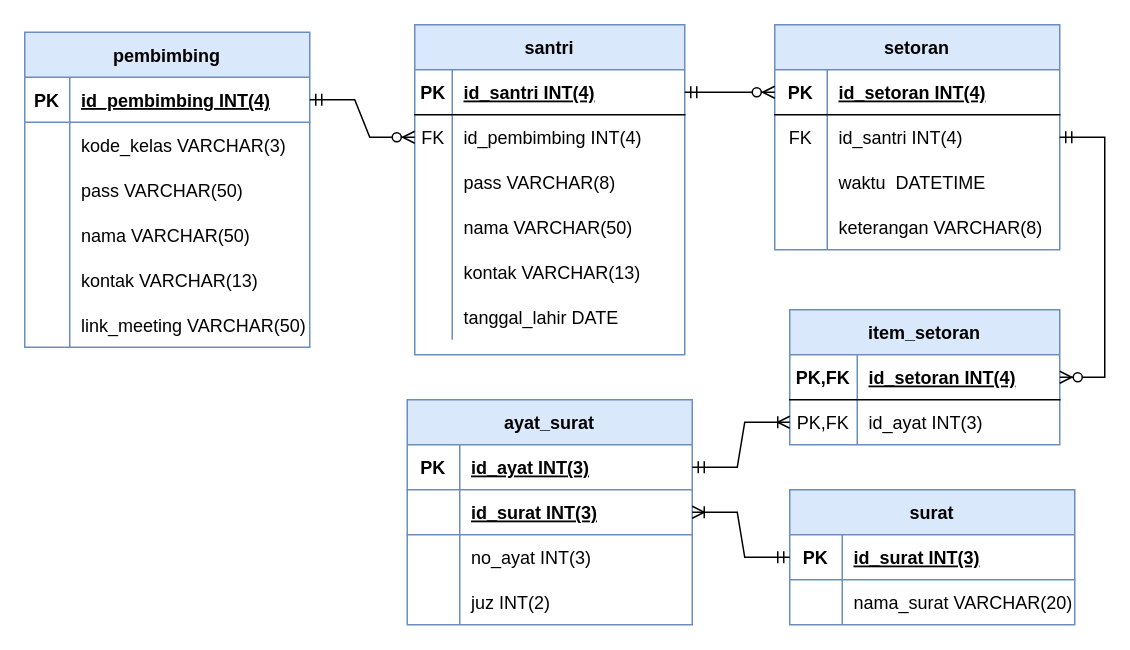
The draw.io diagram pertemuan6/Pertemuan6.drawio in nentinur/IF214002, before the edit. Source tidied: cells renumbered, new cells numbered last; positions are measured from the earlier drawing's top-left corner, leaving out a move shared by most shapes. Both pictures are drawn from the tidied source at 150%, with x=0, y=0 at pixel (24, 24).
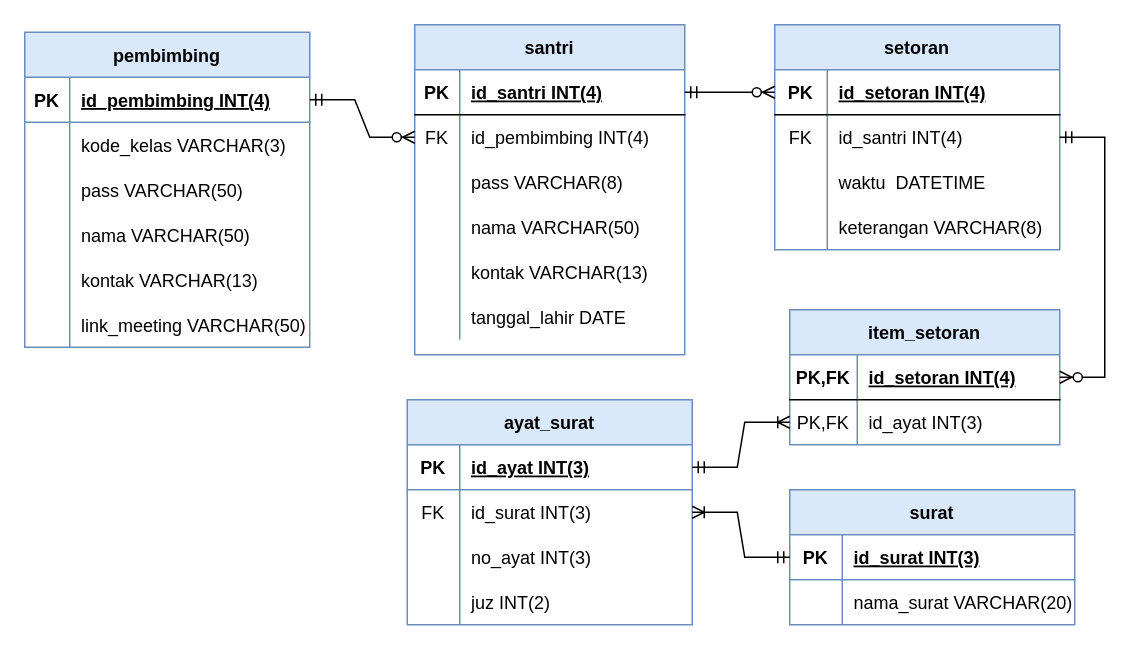
Above is the later version.

Unchanged cells that the change refers to:
```xml
<mxCell id="3" style="shape=tableRow;horizontal=0;startSize=0;swimlaneHead=0;swimlaneBody=0;fillColor=none;points=[[0,0.5],[1,0.5]];portConstraint=eastwest;top=0;left=0;right=0;bottom=1;" parent="2" vertex="1">
  <mxGeometry y="30" width="180" height="30" as="geometry" />
</mxCell>
<mxCell id="6" style="shape=tableRow;horizontal=0;startSize=0;swimlaneHead=0;swimlaneBody=0;fillColor=none;points=[[0,0.5],[1,0.5]];portConstraint=eastwest;top=0;left=0;right=0;bottom=0;" parent="2" vertex="1">
  <mxGeometry y="60" width="180" height="30" as="geometry" />
</mxCell>
<mxCell id="9" style="shape=tableRow;horizontal=0;startSize=0;swimlaneHead=0;swimlaneBody=0;fillColor=none;top=0;left=0;right=0;bottom=0;" parent="2" vertex="1">
  <mxGeometry y="90" width="180" height="30" as="geometry" />
</mxCell>
<mxCell id="12" style="shape=tableRow;horizontal=0;startSize=0;swimlaneHead=0;swimlaneBody=0;fillColor=none;top=0;left=0;right=0;bottom=0;" parent="2" vertex="1">
  <mxGeometry y="120" width="180" height="30" as="geometry" />
</mxCell>
<mxCell id="15" style="shape=tableRow;horizontal=0;startSize=0;swimlaneHead=0;swimlaneBody=0;fillColor=none;top=0;left=0;right=0;bottom=0;" parent="2" vertex="1">
  <mxGeometry y="150" width="180" height="30" as="geometry" />
</mxCell>
<mxCell id="18" style="shape=tableRow;horizontal=0;startSize=0;swimlaneHead=0;swimlaneBody=0;fillColor=none;top=0;left=0;right=0;bottom=0;" parent="2" vertex="1">
  <mxGeometry y="180" width="180" height="30" as="geometry" />
</mxCell>
<mxCell id="61" style="shape=tableRow;horizontal=0;startSize=0;swimlaneHead=0;swimlaneBody=0;fillColor=none;points=[[0,0.5],[1,0.5]];portConstraint=eastwest;top=0;left=0;right=0;bottom=1;strokeColor=#6c8ebf;gradientColor=#ffffff;" parent="60" vertex="1">
  <mxGeometry y="30" width="190" height="30" as="geometry" />
</mxCell>
<mxCell id="70" value="ayat_surat" style="shape=table;startSize=30;childLayout=tableLayout;rowLines=0;fontStyle=1;align=center;fillColor=#dae8fc;strokeColor=#6c8ebf;" parent="1" vertex="1">
  <mxGeometry x="255" y="250" width="190" height="150" as="geometry" />
</mxCell>
```

What changed in the source:
```diff
@@
     <mxCell id="4" value="PK" style="shape=partialRectangle;fillColor=none;top=0;left=0;bottom=0;right=0;fontStyle=1;overflow=hidden;" parent="3" vertex="1">
-      <mxGeometry width="25" height="30" as="geometry" />
+      <mxGeometry width="30" height="30" as="geometry" />
     </mxCell>
     <mxCell id="5" value="id_santri INT(4)" style="shape=partialRectangle;fillColor=none;top=0;left=0;bottom=0;right=0;align=left;spacingLeft=6;fontStyle=5;overflow=hidden;" parent="3" vertex="1">
-      <mxGeometry x="25" width="155" height="30" as="geometry" />
+      <mxGeometry x="30" width="150" height="30" as="geometry" />
     </mxCell>
@@
     <mxCell id="7" value="FK" style="shape=partialRectangle;fillColor=none;top=0;left=0;bottom=0;right=0;overflow=hidden;" parent="6" vertex="1">
-      <mxGeometry width="25" height="30" as="geometry" />
+      <mxGeometry width="30" height="30" as="geometry" />
     </mxCell>
     <mxCell id="8" value="id_pembimbing INT(4)" style="shape=partialRectangle;fillColor=none;top=0;left=0;bottom=0;right=0;align=left;spacingLeft=6;overflow=hidden;" parent="6" vertex="1">
-      <mxGeometry x="25" width="155" height="30" as="geometry" />
+      <mxGeometry x="30" width="150" height="30" as="geometry" />
     </mxCell>
@@
     <mxCell id="10" style="shape=partialRectangle;fillColor=none;top=0;left=0;bottom=0;right=0;overflow=hidden;" parent="9" vertex="1">
-      <mxGeometry width="25" height="30" as="geometry" />
+      <mxGeometry width="30" height="30" as="geometry" />
     </mxCell>
     <mxCell id="11" value="pass VARCHAR(8)" style="shape=partialRectangle;fillColor=none;top=0;left=0;bottom=0;right=0;align=left;spacingLeft=6;overflow=hidden;" parent="9" vertex="1">
-      <mxGeometry x="25" width="155" height="30" as="geometry" />
+      <mxGeometry x="30" width="150" height="30" as="geometry" />
     </mxCell>
@@
     <mxCell id="13" style="shape=partialRectangle;fillColor=none;top=0;left=0;bottom=0;right=0;overflow=hidden;" parent="12" vertex="1">
-      <mxGeometry width="25" height="30" as="geometry" />
+      <mxGeometry width="30" height="30" as="geometry" />
     </mxCell>
     <mxCell id="14" value="nama VARCHAR(50)" style="shape=partialRectangle;fillColor=none;top=0;left=0;bottom=0;right=0;align=left;spacingLeft=6;overflow=hidden;" parent="12" vertex="1">
-      <mxGeometry x="25" width="155" height="30" as="geometry" />
+      <mxGeometry x="30" width="150" height="30" as="geometry" />
     </mxCell>
@@
     <mxCell id="16" style="shape=partialRectangle;fillColor=none;top=0;left=0;bottom=0;right=0;overflow=hidden;" parent="15" vertex="1">
-      <mxGeometry width="25" height="30" as="geometry" />
+      <mxGeometry width="30" height="30" as="geometry" />
     </mxCell>
     <mxCell id="17" value="kontak VARCHAR(13)" style="shape=partialRectangle;fillColor=none;top=0;left=0;bottom=0;right=0;align=left;spacingLeft=6;overflow=hidden;" parent="15" vertex="1">
-      <mxGeometry x="25" width="155" height="30" as="geometry" />
+      <mxGeometry x="30" width="150" height="30" as="geometry" />
     </mxCell>
@@
     <mxCell id="19" style="shape=partialRectangle;fillColor=none;top=0;left=0;bottom=0;right=0;overflow=hidden;" parent="18" vertex="1">
-      <mxGeometry width="25" height="30" as="geometry" />
+      <mxGeometry width="30" height="30" as="geometry" />
     </mxCell>
     <mxCell id="20" value="tanggal_lahir DATE" style="shape=partialRectangle;fillColor=none;top=0;left=0;bottom=0;right=0;align=left;spacingLeft=6;overflow=hidden;" parent="18" vertex="1">
-      <mxGeometry x="25" width="155" height="30" as="geometry" />
+      <mxGeometry x="30" width="150" height="30" as="geometry" />
     </mxCell>
@@
-    <mxCell id="74" style="shape=tableRow;horizontal=0;startSize=0;swimlaneHead=0;swimlaneBody=0;fillColor=none;points=[[0,0.5],[1,0.5]];portConstraint=eastwest;top=0;left=0;right=0;bottom=1;strokeColor=#6c8ebf;gradientColor=#ffffff;" parent="70" vertex="1">
-      <mxGeometry y="60" width="190" height="30" as="geometry" />
-    </mxCell>
-    <mxCell id="75" style="shape=partialRectangle;fillColor=none;top=0;left=0;bottom=0;right=0;fontStyle=1;overflow=hidden;" parent="74" vertex="1">
-      <mxGeometry width="35" height="30" as="geometry" />
-    </mxCell>
+    <mxCell id="85" style="shape=tableRow;horizontal=0;startSize=0;swimlaneHead=0;swimlaneBody=0;fillColor=none;points=[[0,0.5],[1,0.5]];portConstraint=eastwest;top=0;left=0;right=0;bottom=0;" parent="70" vertex="1">
+      <mxGeometry y="60" width="190" height="30" as="geometry" />
+    </mxCell>
+    <mxCell id="86" value="FK" style="shape=partialRectangle;fillColor=none;top=0;left=0;bottom=0;right=0;overflow=hidden;" parent="85" vertex="1">
+      <mxGeometry width="35" height="30" as="geometry" />
+    </mxCell>
-    <mxCell id="76" value="id_surat INT(3)" style="shape=partialRectangle;fillColor=none;top=0;left=0;bottom=0;right=0;align=left;spacingLeft=6;fontStyle=5;overflow=hidden;" parent="74" vertex="1">
+    <mxCell id="76" value="id_surat INT(3)" style="shape=partialRectangle;fillColor=none;top=0;left=0;bottom=0;right=0;align=left;spacingLeft=6;overflow=hidden;" parent="85" vertex="1">
       <mxGeometry x="35" width="155" height="30" as="geometry" />
     </mxCell>
@@
-    <mxCell id="83" style="edgeStyle=entityRelationEdgeStyle;fontSize=12;html=1;endArrow=ERoneToMany;startArrow=ERmandOne;rounded=0;exitX=0;exitY=0.5;exitDx=0;exitDy=0;entryX=1;entryY=0.5;entryDx=0;entryDy=0;" parent="1" edge="1" source="61" target="74">
+    <mxCell id="83" style="edgeStyle=entityRelationEdgeStyle;fontSize=12;html=1;endArrow=ERoneToMany;startArrow=ERmandOne;rounded=0;exitX=0;exitY=0.5;exitDx=0;exitDy=0;entryX=1;entryY=0.5;entryDx=0;entryDy=0;" parent="1" edge="1" source="61" target="85">
       <mxGeometry relative="1" as="geometry" />
     </mxCell>
```
